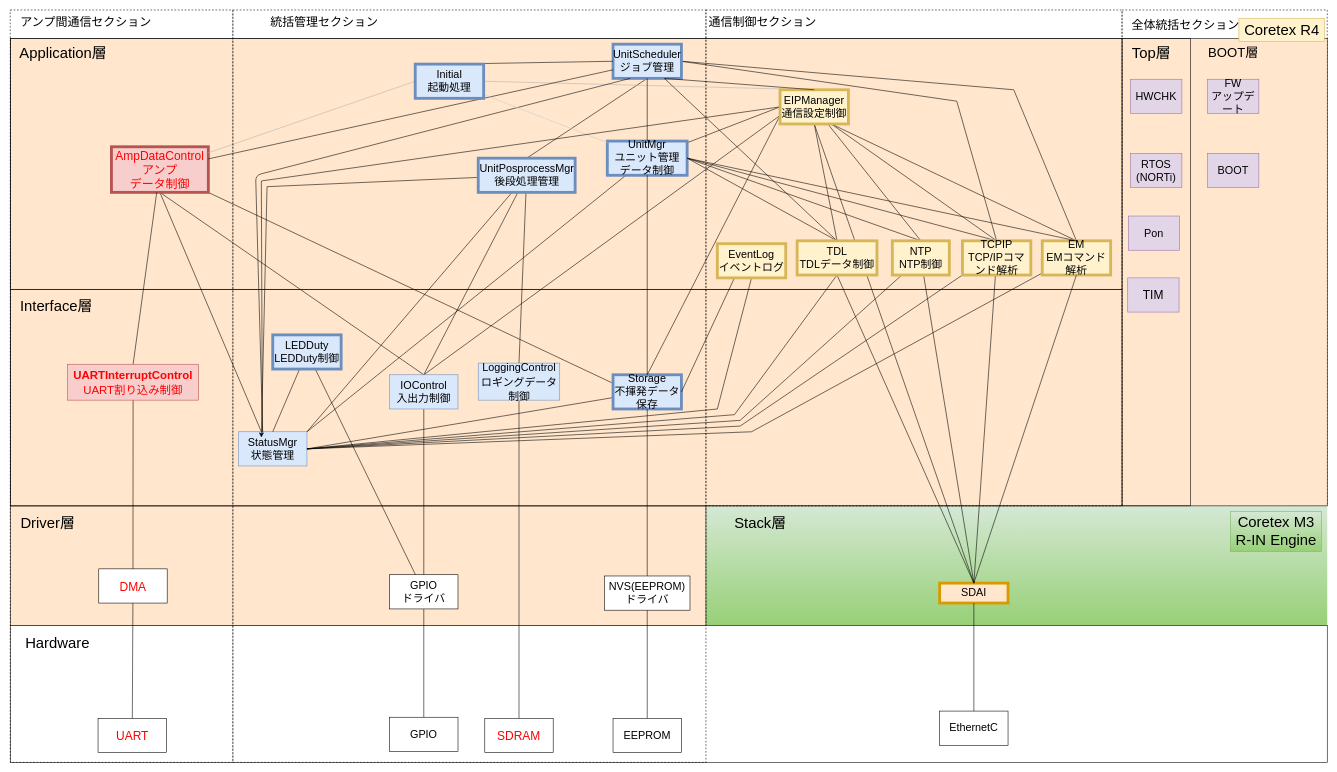
The draw.io diagram page "RevG_NewスマNWU静的構造_完全版" (1 of 4) of NWユニット_アーキテクチャ図.drawio in YutaSuzukiGARI/nwunit, before the edit. Source tidied: cells renumbered, new cells numbered last; positions are measured from the earlier drawing's top-left corner, leaving out a move shared by most shapes. Both pictures are drawn from the tidied source at 57%, with x=0, y=0 at pixel (10, 10).
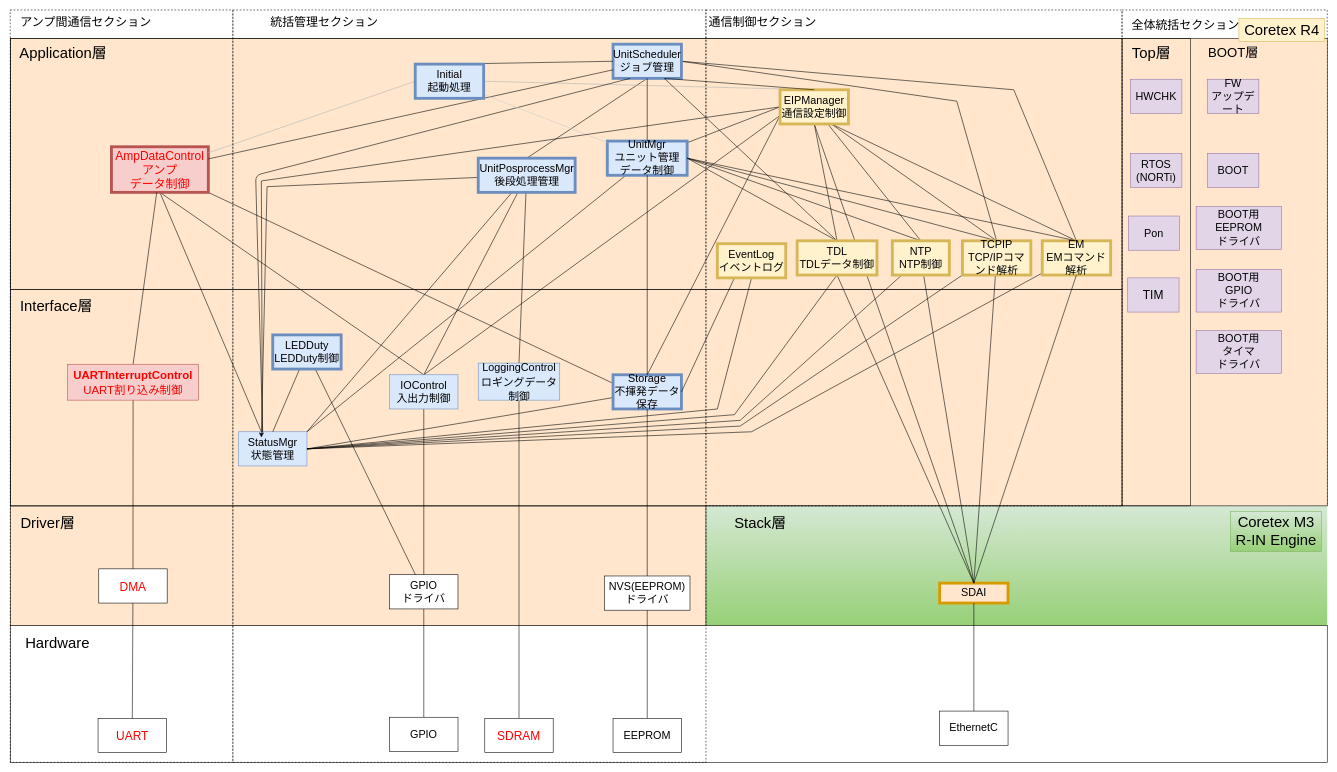
Above is the later version.

Commit message:
NWユニット_アーキテクチャ図.drawio を更新します

The edit, as a diff of the source:
```diff
@@
+    <mxCell id="118" value="BOOT用EEPROM&lt;br style=&quot;font-size: 19px;&quot;&gt;ドライバ" style="rounded=0;whiteSpace=wrap;html=1;fontSize=19;fillColor=#e1d5e7;strokeColor=#9673a6;" parent="1" vertex="1">
+      <mxGeometry x="2080" y="345" width="150" height="75" as="geometry" />
+    </mxCell>
+    <mxCell id="119" value="BOOT用&lt;br&gt;GPIO&lt;br style=&quot;font-size: 19px;&quot;&gt;ドライバ" style="rounded=0;whiteSpace=wrap;html=1;fontSize=19;fillColor=#e1d5e7;strokeColor=#9673a6;" parent="1" vertex="1">
+      <mxGeometry x="2080" y="455" width="150" height="75" as="geometry" />
+    </mxCell>
+    <mxCell id="120" value="BOOT用&lt;br&gt;タイマ&lt;br style=&quot;font-size: 19px;&quot;&gt;ドライバ" style="rounded=0;whiteSpace=wrap;html=1;fontSize=19;fillColor=#e1d5e7;strokeColor=#9673a6;" parent="1" vertex="1">
+      <mxGeometry x="2080" y="562.5" width="150" height="75" as="geometry" />
+    </mxCell>
```
